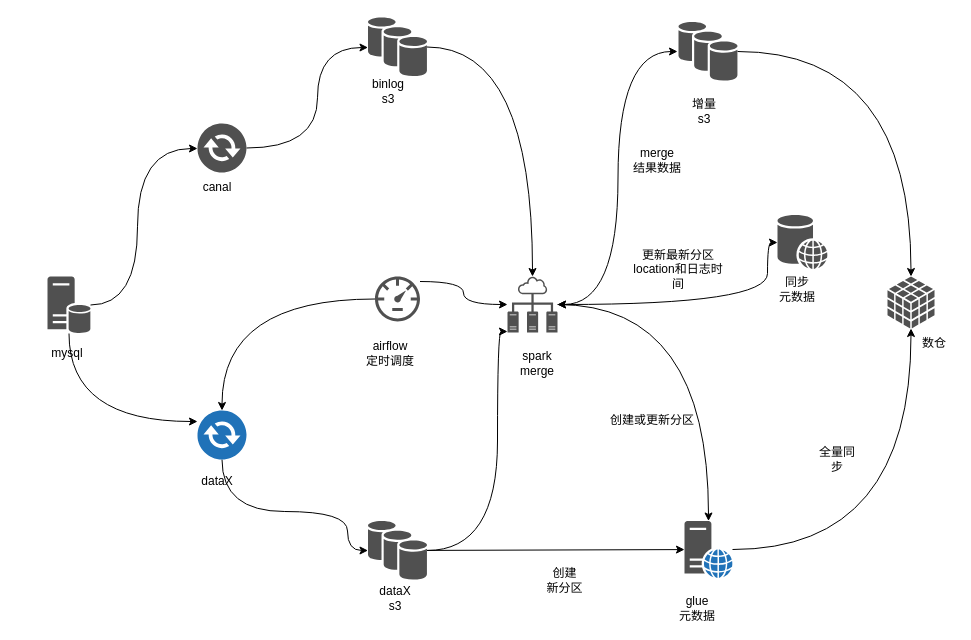
The draw.io diagram canal.drawio in wangbin2188/draw, before the edit. Source tidied: cells renumbered, new cells numbered last; positions are measured from the earlier drawing's top-left corner, leaving out a move shared by most shapes. Both pictures are drawn from the tidied source at 100%, with x=0, y=0 at pixel (47, 17).
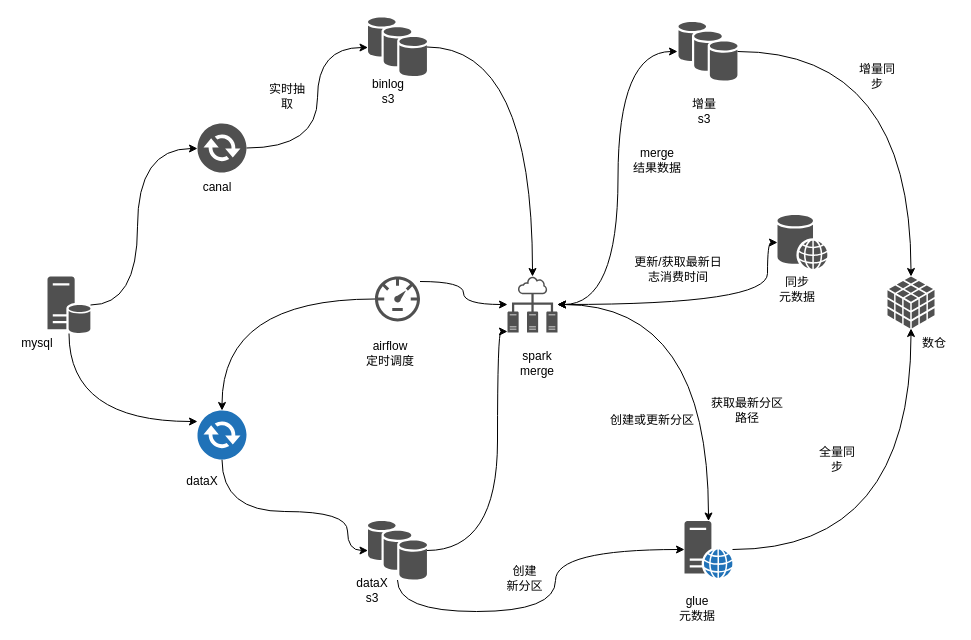
The same diagram, later.

The change refers to these unchanged cells:
```xml
<mxCell id="10" style="shadow=0;dashed=0;html=1;strokeColor=none;fillColor=#505050;labelPosition=center;verticalLabelPosition=bottom;verticalAlign=top;outlineConnect=0;align=center;shape=mxgraph.office.databases.database_availability_group;" parent="1" vertex="1">
  <mxGeometry x="320.5" y="503.5" width="59" height="59" as="geometry" />
</mxCell>
<mxCell id="22" style="shadow=0;dashed=0;html=1;strokeColor=none;fillColor=#505050;labelPosition=center;verticalLabelPosition=bottom;verticalAlign=top;outlineConnect=0;align=center;shape=mxgraph.office.concepts.technical_diagram;" parent="1" vertex="1">
  <mxGeometry x="460" y="259" width="50" height="56" as="geometry" />
</mxCell>
<mxCell id="31" style="shadow=0;dashed=0;html=1;strokeColor=none;fillColor=#505050;labelPosition=center;verticalLabelPosition=bottom;verticalAlign=top;outlineConnect=0;align=center;shape=mxgraph.office.servers.web_server_blue;" parent="1" vertex="1">
  <mxGeometry x="637" y="503.5" width="48" height="57" as="geometry" />
</mxCell>
```

Diff of the diagram source:
```diff
@@
-    <mxCell id="9" style="edgeStyle=none;rounded=0;jettySize=auto;html=1;" parent="1" edge="1" source="10" target="31">
-      <mxGeometry relative="1" as="geometry" />
+    <mxCell id="9" style="edgeStyle=orthogonalEdgeStyle;rounded=0;jettySize=auto;html=1;curved=1;" parent="1" edge="1" source="10" target="31">
+      <mxGeometry relative="1" as="geometry">
+        <Array as="points">
+          <mxPoint x="350" y="594" />
+          <mxPoint x="508" y="594" />
+          <mxPoint x="508" y="532" />
+        </Array>
+      </mxGeometry>
     </mxCell>
@@
-    <mxCell id="20" style="edgeStyle=orthogonalEdgeStyle;rounded=0;jettySize=auto;html=1;curved=1;" parent="1" edge="1" source="22" target="31">
+    <mxCell id="20" style="edgeStyle=orthogonalEdgeStyle;rounded=0;jettySize=auto;html=1;curved=1;startArrow=classic;startFill=1;" parent="1" edge="1" source="22" target="31">
       <mxGeometry relative="1" as="geometry" />
     </mxCell>
@@
     <mxCell id="25" value="mysql" style="text;html=1;strokeColor=none;fillColor=none;align=center;verticalAlign=middle;whiteSpace=wrap;rounded=0;" parent="1" vertex="1">
-      <mxGeometry y="326" width="40" height="20" as="geometry" />
+      <mxGeometry x="-30" y="316" width="40" height="20" as="geometry" />
     </mxCell>
@@
     <mxCell id="33" value="dataX" style="text;html=1;strokeColor=none;fillColor=none;align=center;verticalAlign=middle;whiteSpace=wrap;rounded=0;" parent="1" vertex="1">
-      <mxGeometry x="150" y="454" width="40" height="20" as="geometry" />
+      <mxGeometry x="134.5" y="454" width="40" height="20" as="geometry" />
     </mxCell>
-    <mxCell id="34" value="更新最新分区location和日志时间" style="text;html=1;strokeColor=none;fillColor=none;align=center;verticalAlign=middle;whiteSpace=wrap;rounded=0;" parent="1" vertex="1">
+    <mxCell id="34" value="更新/获取最新日志消费时间" style="text;html=1;strokeColor=none;fillColor=none;align=center;verticalAlign=middle;whiteSpace=wrap;rounded=0;" parent="1" vertex="1">
       <mxGeometry x="581" y="242" width="100" height="20" as="geometry" />
     </mxCell>
@@
     <mxCell id="41" value="dataX&lt;br&gt;s3" style="text;html=1;strokeColor=none;fillColor=none;align=center;verticalAlign=middle;whiteSpace=wrap;rounded=0;" parent="1" vertex="1">
-      <mxGeometry x="328" y="571" width="40" height="20" as="geometry" />
+      <mxGeometry x="305" y="562.5" width="40" height="20" as="geometry" />
     </mxCell>
@@
     <mxCell id="43" value="创建&lt;br&gt;新分区" style="text;html=1;strokeColor=none;fillColor=none;align=center;verticalAlign=middle;whiteSpace=wrap;rounded=0;" parent="1" vertex="1">
-      <mxGeometry x="485" y="553" width="65" height="20" as="geometry" />
+      <mxGeometry x="445" y="550.5" width="65" height="20" as="geometry" />
     </mxCell>
+    <mxCell id="44" value="获取最新分区路径" style="text;html=1;strokeColor=none;fillColor=none;align=center;verticalAlign=middle;whiteSpace=wrap;rounded=0;" parent="1" vertex="1">
+      <mxGeometry x="660" y="383" width="80" height="20" as="geometry" />
+    </mxCell>
+    <mxCell id="45" value="增量同步" style="text;html=1;strokeColor=none;fillColor=none;align=center;verticalAlign=middle;whiteSpace=wrap;rounded=0;" parent="1" vertex="1">
+      <mxGeometry x="810" y="49" width="40" height="20" as="geometry" />
+    </mxCell>
+    <mxCell id="46" value="实时抽取" style="text;html=1;strokeColor=none;fillColor=none;align=center;verticalAlign=middle;whiteSpace=wrap;rounded=0;" parent="1" vertex="1">
+      <mxGeometry x="220" y="69" width="40" height="20" as="geometry" />
+    </mxCell>
```
